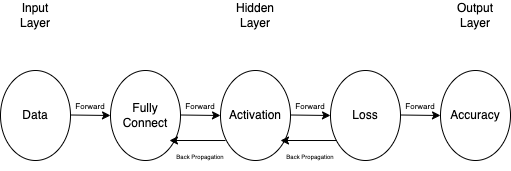
Before: TestResultGraph/NN Flowchart.drawio.png, a diagram exported from draw.io (HarryDYC/OCR). Source tidied: cells renumbered, new cells last; positions are measured from the earlier drawing's top-left corner, leaving out a move shared by most shapes.
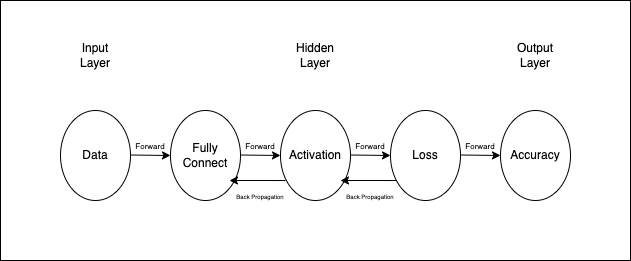
Above is the later version.

Change to the diagram source:
```diff
@@ -2,6 +2,9 @@
   <root>
     <mxCell id="0" />
     <mxCell id="1" parent="0" />
+    <mxCell id="27" style="whiteSpace=wrap;html=1;fontSize=6;" parent="1" vertex="1">
+      <mxGeometry x="-60" y="-40" width="630" height="260" as="geometry" />
+    </mxCell>
     <mxCell id="2" style="ellipse;whiteSpace=wrap;html=1;" parent="1" vertex="1">
       <mxGeometry y="70" width="70" height="90" as="geometry" />
     </mxCell>
```
